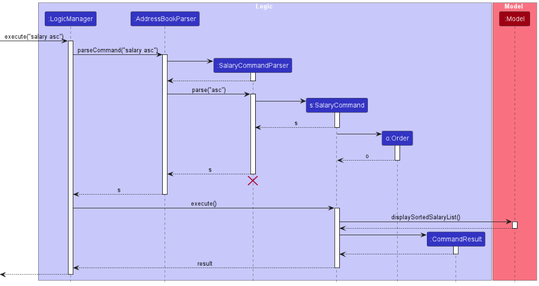
This is docs/images/SalaryCommandSequenceDiagram.png from nus-cs2103-AY2223S2/tp, a PlantUML export, as it was before one commit. The source it was exported from:
```plantuml
@startuml
!include style.puml

box Logic LOGIC_COLOR_T1
participant ":LogicManager" as LogicManager LOGIC_COLOR
participant ":AddressBookParser" as AddressBookParser LOGIC_COLOR
participant ":SalaryCommandParser" as SalaryCommandParser LOGIC_COLOR
participant "s:SalaryCommand" as SalaryCommand LOGIC_COLOR
participant "o:Order" as Order LOGIC_COLOR
participant ":CommandResult" as CommandResult LOGIC_COLOR
end box


box Model MODEL_COLOR_T1
participant ":Model" as Model MODEL_COLOR
end box

[-> LogicManager : execute("salary asc")
activate LogicManager

LogicManager -> AddressBookParser : parseCommand("salary asc")
activate AddressBookParser

create SalaryCommandParser
AddressBookParser -> SalaryCommandParser
activate SalaryCommandParser

SalaryCommandParser --> AddressBookParser
deactivate SalaryCommandParser

AddressBookParser -> SalaryCommandParser : parse("asc")
activate SalaryCommandParser

create SalaryCommand
SalaryCommandParser -> SalaryCommand
activate SalaryCommand

SalaryCommand --> SalaryCommandParser : s
deactivate SalaryCommand

create Order
SalaryCommand -> Order
activate Order

Order --> SalaryCommand : o
deactivate Order


SalaryCommandParser --> AddressBookParser : s
deactivate SalaryCommandParser
SalaryCommandParser -[hidden]-> AddressBookParser
destroy SalaryCommandParser

AddressBookParser --> LogicManager : s
deactivate AddressBookParser


LogicManager -> SalaryCommand : execute()
activate SalaryCommand


SalaryCommand -> Model : displaySortedSalaryList()
activate Model

Model --> SalaryCommand
deactivate Model

create CommandResult
SalaryCommand -> CommandResult
activate CommandResult

CommandResult --> SalaryCommand
deactivate CommandResult

SalaryCommand --> LogicManager : result
deactivate SalaryCommand

[<--LogicManager
deactivate LogicManager
@enduml
```
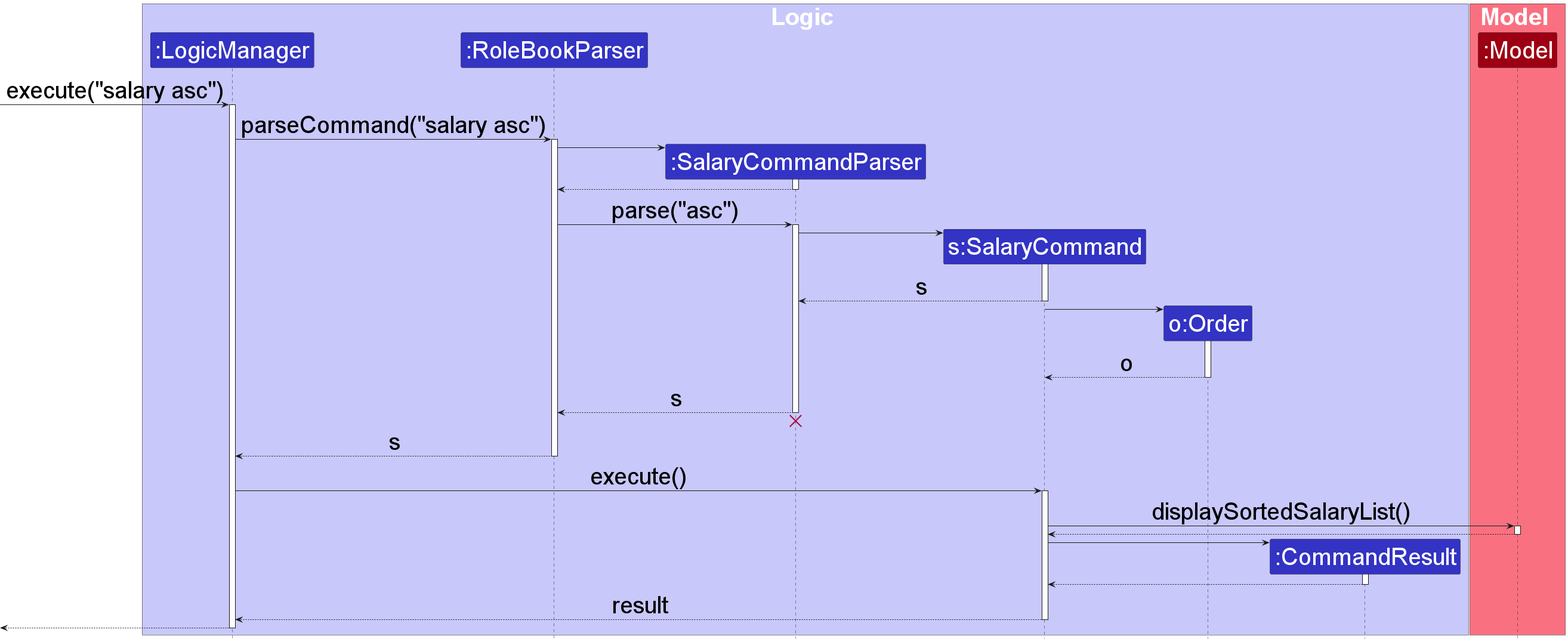
After the commit.

What changed in the source:
```diff
@@ -1,9 +1,11 @@
 @startuml
 !include style.puml
 
+skinparam defaultFontSize 40
+
 box Logic LOGIC_COLOR_T1
 participant ":LogicManager" as LogicManager LOGIC_COLOR
-participant ":AddressBookParser" as AddressBookParser LOGIC_COLOR
+participant ":RoleBookParser" as RoleBookParser LOGIC_COLOR
 participant ":SalaryCommandParser" as SalaryCommandParser LOGIC_COLOR
 participant "s:SalaryCommand" as SalaryCommand LOGIC_COLOR
 participant "o:Order" as Order LOGIC_COLOR
@@ -18,17 +20,17 @@
 [-> LogicManager : execute("salary asc")
 activate LogicManager
 
-LogicManager -> AddressBookParser : parseCommand("salary asc")
-activate AddressBookParser
+LogicManager -> RoleBookParser : parseCommand("salary asc")
+activate RoleBookParser
 
 create SalaryCommandParser
-AddressBookParser -> SalaryCommandParser
+RoleBookParser -> SalaryCommandParser
 activate SalaryCommandParser
 
-SalaryCommandParser --> AddressBookParser
+SalaryCommandParser --> RoleBookParser
 deactivate SalaryCommandParser
 
-AddressBookParser -> SalaryCommandParser : parse("asc")
+RoleBookParser -> SalaryCommandParser : parse("asc")
 activate SalaryCommandParser
 
 create SalaryCommand
@@ -46,13 +48,13 @@
 deactivate Order
 
 
-SalaryCommandParser --> AddressBookParser : s
+SalaryCommandParser --> RoleBookParser : s
 deactivate SalaryCommandParser
-SalaryCommandParser -[hidden]-> AddressBookParser
+SalaryCommandParser -[hidden]-> RoleBookParser
 destroy SalaryCommandParser
 
-AddressBookParser --> LogicManager : s
-deactivate AddressBookParser
+RoleBookParser --> LogicManager : s
+deactivate RoleBookParser
 
 
 LogicManager -> SalaryCommand : execute()
```
